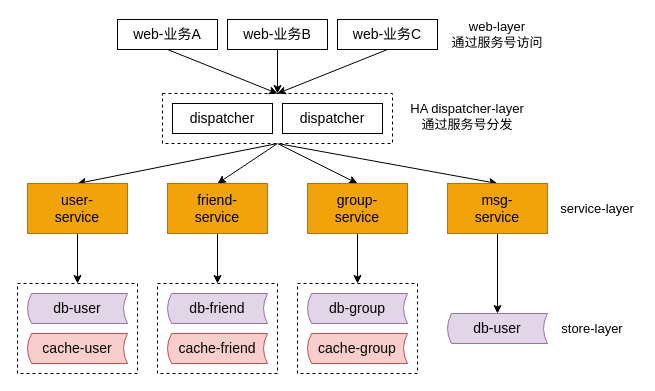
Before: page "实践二：一个子业务一个服务-优化方案" (3 of 5) of 沈剑的架构师训练营课程笔录/drawio/ch3-15.drawio in acomma/notes, a draw.io diagram. Source tidied: cells renumbered, new cells numbered last; positions are measured from the earlier drawing's top-left corner, leaving out a move shared by most shapes. Both pictures are drawn from the tidied source at 100%, with x=0, y=0 at pixel (17, 17).
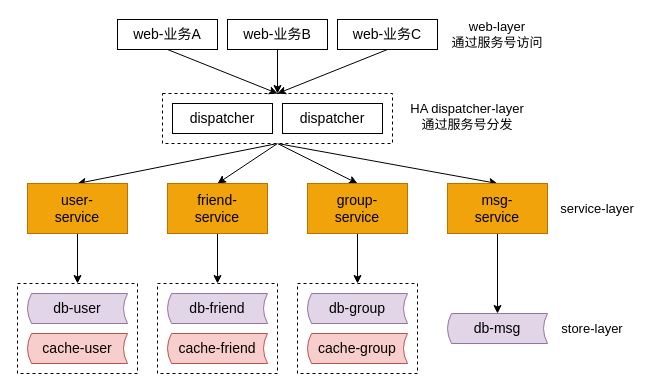
The same diagram, later.

Diff of the diagram source:
```diff
@@
-    <mxCell id="30" value="db-user" style="shape=dataStorage;whiteSpace=wrap;html=1;fontSize=14;size=0.04;fillColor=#e1d5e7;strokeColor=#9673a6;" parent="1" vertex="1">
+    <mxCell id="30" value="db-msg" style="shape=dataStorage;whiteSpace=wrap;html=1;fontSize=14;size=0.04;fillColor=#e1d5e7;strokeColor=#9673a6;" parent="1" vertex="1">
       <mxGeometry x="430" y="296" width="100" height="30" as="geometry" />
     </mxCell>
```
